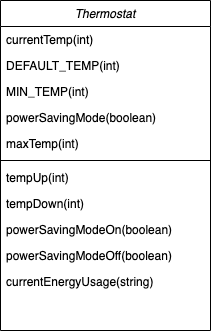
Above: class-diagram.png in rjkviegas/thermostat_es6 (draw.io), before the change. Source tidied: cells renumbered, new cells last; positions are measured from the earlier drawing's top-left corner, leaving out a move shared by most shapes. The source it was exported from:
```xml
<mxGraphModel>
  <root>
    <mxCell id="0" />
    <mxCell id="1" parent="0" />
    <mxCell id="2" value="Thermostat" style="swimlane;fontStyle=2;align=center;verticalAlign=top;horizontal=1;startSize=26;rounded=0;shadow=0;strokeWidth=1;" parent="1" vertex="1">
      <mxGeometry width="210" height="330" as="geometry" />
    </mxCell>
    <mxCell id="3" value="currentTemp(int)" style="text;align=left;verticalAlign=top;spacingLeft=4;spacingRight=4;overflow=hidden;" parent="2" vertex="1">
      <mxGeometry y="26" width="210" height="26" as="geometry" />
    </mxCell>
    <mxCell id="4" value="DEFAULT_TEMP(int)" style="text;align=left;verticalAlign=top;spacingLeft=4;spacingRight=4;overflow=hidden;rounded=0;shadow=0;html=0;" parent="2" vertex="1">
      <mxGeometry y="52" width="210" height="26" as="geometry" />
    </mxCell>
    <mxCell id="5" value="MIN_TEMP(int)" style="text;align=left;verticalAlign=top;spacingLeft=4;spacingRight=4;overflow=hidden;rounded=0;shadow=0;html=0;" parent="2" vertex="1">
      <mxGeometry y="78" width="210" height="26" as="geometry" />
    </mxCell>
    <mxCell id="6" value="powerSavingMode(boolean)" style="text;align=left;verticalAlign=top;spacingLeft=4;spacingRight=4;overflow=hidden;" parent="2" vertex="1">
      <mxGeometry y="104" width="210" height="26" as="geometry" />
    </mxCell>
    <mxCell id="7" value="maxTemp(int)" style="text;align=left;verticalAlign=top;spacingLeft=4;spacingRight=4;overflow=hidden;" parent="2" vertex="1">
      <mxGeometry y="130" width="210" height="26" as="geometry" />
    </mxCell>
    <mxCell id="8" style="line;html=1;strokeWidth=1;align=left;verticalAlign=middle;spacingTop=-1;spacingLeft=3;spacingRight=3;labelPosition=right;" parent="2" vertex="1">
      <mxGeometry y="156" width="210" height="8" as="geometry" />
    </mxCell>
    <mxCell id="9" value="tempUp(int)" style="text;align=left;verticalAlign=top;spacingLeft=4;spacingRight=4;overflow=hidden;" parent="2" vertex="1">
      <mxGeometry y="164" width="210" height="26" as="geometry" />
    </mxCell>
    <mxCell id="10" value="tempDown(int)" style="text;align=left;verticalAlign=top;spacingLeft=4;spacingRight=4;overflow=hidden;" parent="2" vertex="1">
      <mxGeometry y="190" width="210" height="26" as="geometry" />
    </mxCell>
    <mxCell id="11" value="powerSavingModeOn(boolean)" style="text;align=left;verticalAlign=top;spacingLeft=4;spacingRight=4;overflow=hidden;" parent="2" vertex="1">
      <mxGeometry y="216" width="210" height="26" as="geometry" />
    </mxCell>
    <mxCell id="12" value="powerSavingModeOff(boolean)" style="text;align=left;verticalAlign=top;spacingLeft=4;spacingRight=4;overflow=hidden;" parent="2" vertex="1">
      <mxGeometry y="242" width="210" height="26" as="geometry" />
    </mxCell>
    <mxCell id="13" value="currentEnergyUsage(string)" style="text;align=left;verticalAlign=top;spacingLeft=4;spacingRight=4;overflow=hidden;" parent="2" vertex="1">
      <mxGeometry y="268" width="210" height="26" as="geometry" />
    </mxCell>
  </root>
</mxGraphModel>
```
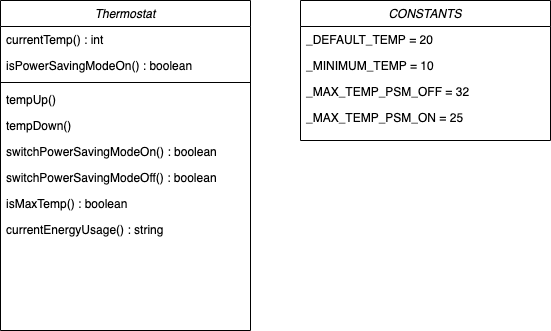
Above is the later version.

Commit message:
re-engineered power saving mode and max temp, refactored minimum temp and updated class diagram

The edit, as a diff of the source:
```diff
@@ -3,40 +3,49 @@
     <mxCell id="0" />
     <mxCell id="1" parent="0" />
     <mxCell id="2" value="Thermostat" style="swimlane;fontStyle=2;align=center;verticalAlign=top;horizontal=1;startSize=26;rounded=0;shadow=0;strokeWidth=1;" parent="1" vertex="1">
-      <mxGeometry width="210" height="330" as="geometry" />
+      <mxGeometry width="250" height="330" as="geometry" />
     </mxCell>
-    <mxCell id="3" value="currentTemp(int)" style="text;align=left;verticalAlign=top;spacingLeft=4;spacingRight=4;overflow=hidden;" parent="2" vertex="1">
-      <mxGeometry y="26" width="210" height="26" as="geometry" />
+    <mxCell id="3" value="currentTemp() : int" style="text;align=left;verticalAlign=top;spacingLeft=4;spacingRight=4;overflow=hidden;" parent="2" vertex="1">
+      <mxGeometry y="26" width="250" height="26" as="geometry" />
     </mxCell>
-    <mxCell id="4" value="DEFAULT_TEMP(int)" style="text;align=left;verticalAlign=top;spacingLeft=4;spacingRight=4;overflow=hidden;rounded=0;shadow=0;html=0;" parent="2" vertex="1">
-      <mxGeometry y="52" width="210" height="26" as="geometry" />
-    </mxCell>
-    <mxCell id="5" value="MIN_TEMP(int)" style="text;align=left;verticalAlign=top;spacingLeft=4;spacingRight=4;overflow=hidden;rounded=0;shadow=0;html=0;" parent="2" vertex="1">
-      <mxGeometry y="78" width="210" height="26" as="geometry" />
-    </mxCell>
-    <mxCell id="6" value="powerSavingMode(boolean)" style="text;align=left;verticalAlign=top;spacingLeft=4;spacingRight=4;overflow=hidden;" parent="2" vertex="1">
-      <mxGeometry y="104" width="210" height="26" as="geometry" />
+    <mxCell id="6" value="isPowerSavingModeOn() : boolean" style="text;align=left;verticalAlign=top;spacingLeft=4;spacingRight=4;overflow=hidden;" parent="2" vertex="1">
+      <mxGeometry y="52" width="250" height="26" as="geometry" />
     </mxCell>
-    <mxCell id="7" value="maxTemp(int)" style="text;align=left;verticalAlign=top;spacingLeft=4;spacingRight=4;overflow=hidden;" parent="2" vertex="1">
-      <mxGeometry y="130" width="210" height="26" as="geometry" />
-    </mxCell>
     <mxCell id="8" style="line;html=1;strokeWidth=1;align=left;verticalAlign=middle;spacingTop=-1;spacingLeft=3;spacingRight=3;labelPosition=right;" parent="2" vertex="1">
-      <mxGeometry y="156" width="210" height="8" as="geometry" />
+      <mxGeometry y="78" width="250" height="8" as="geometry" />
     </mxCell>
-    <mxCell id="9" value="tempUp(int)" style="text;align=left;verticalAlign=top;spacingLeft=4;spacingRight=4;overflow=hidden;" parent="2" vertex="1">
-      <mxGeometry y="164" width="210" height="26" as="geometry" />
+    <mxCell id="9" value="tempUp()" style="text;align=left;verticalAlign=top;spacingLeft=4;spacingRight=4;overflow=hidden;" parent="2" vertex="1">
+      <mxGeometry y="86" width="250" height="26" as="geometry" />
     </mxCell>
-    <mxCell id="10" value="tempDown(int)" style="text;align=left;verticalAlign=top;spacingLeft=4;spacingRight=4;overflow=hidden;" parent="2" vertex="1">
-      <mxGeometry y="190" width="210" height="26" as="geometry" />
+    <mxCell id="10" value="tempDown()" style="text;align=left;verticalAlign=top;spacingLeft=4;spacingRight=4;overflow=hidden;" parent="2" vertex="1">
+      <mxGeometry y="112" width="250" height="26" as="geometry" />
     </mxCell>
-    <mxCell id="11" value="powerSavingModeOn(boolean)" style="text;align=left;verticalAlign=top;spacingLeft=4;spacingRight=4;overflow=hidden;" parent="2" vertex="1">
-      <mxGeometry y="216" width="210" height="26" as="geometry" />
+    <mxCell id="11" value="switchPowerSavingModeOn() : boolean" style="text;align=left;verticalAlign=top;spacingLeft=4;spacingRight=4;overflow=hidden;" parent="2" vertex="1">
+      <mxGeometry y="138" width="250" height="26" as="geometry" />
     </mxCell>
-    <mxCell id="12" value="powerSavingModeOff(boolean)" style="text;align=left;verticalAlign=top;spacingLeft=4;spacingRight=4;overflow=hidden;" parent="2" vertex="1">
-      <mxGeometry y="242" width="210" height="26" as="geometry" />
+    <mxCell id="12" value="switchPowerSavingModeOff() : boolean" style="text;align=left;verticalAlign=top;spacingLeft=4;spacingRight=4;overflow=hidden;" parent="2" vertex="1">
+      <mxGeometry y="164" width="250" height="26" as="geometry" />
     </mxCell>
+    <mxCell id="14" value="isMaxTemp() : boolean" style="text;align=left;verticalAlign=top;spacingLeft=4;spacingRight=4;overflow=hidden;" parent="2" vertex="1">
+      <mxGeometry y="190" width="250" height="26" as="geometry" />
+    </mxCell>
-    <mxCell id="13" value="currentEnergyUsage(string)" style="text;align=left;verticalAlign=top;spacingLeft=4;spacingRight=4;overflow=hidden;" parent="2" vertex="1">
-      <mxGeometry y="268" width="210" height="26" as="geometry" />
+    <mxCell id="13" value="currentEnergyUsage() : string" style="text;align=left;verticalAlign=top;spacingLeft=4;spacingRight=4;overflow=hidden;" parent="2" vertex="1">
+      <mxGeometry y="216" width="250" height="26" as="geometry" />
     </mxCell>
+    <mxCell id="15" value="CONSTANTS" style="swimlane;fontStyle=2;align=center;verticalAlign=top;horizontal=1;startSize=26;rounded=0;shadow=0;strokeWidth=1;" parent="1" vertex="1">
+      <mxGeometry x="300" width="250" height="140" as="geometry" />
+    </mxCell>
+    <mxCell id="16" value="_DEFAULT_TEMP = 20" style="text;align=left;verticalAlign=top;spacingLeft=4;spacingRight=4;overflow=hidden;" parent="15" vertex="1">
+      <mxGeometry y="26" width="250" height="26" as="geometry" />
+    </mxCell>
+    <mxCell id="17" value="_MINIMUM_TEMP = 10" style="text;align=left;verticalAlign=top;spacingLeft=4;spacingRight=4;overflow=hidden;" parent="15" vertex="1">
+      <mxGeometry y="52" width="250" height="26" as="geometry" />
+    </mxCell>
+    <mxCell id="18" value="_MAX_TEMP_PSM_OFF = 32" style="text;align=left;verticalAlign=top;spacingLeft=4;spacingRight=4;overflow=hidden;" parent="15" vertex="1">
+      <mxGeometry y="78" width="250" height="26" as="geometry" />
+    </mxCell>
+    <mxCell id="19" value="_MAX_TEMP_PSM_ON = 25" style="text;align=left;verticalAlign=top;spacingLeft=4;spacingRight=4;overflow=hidden;" parent="15" vertex="1">
+      <mxGeometry y="104" width="250" height="26" as="geometry" />
+    </mxCell>
   </root>
 </mxGraphModel>
```
